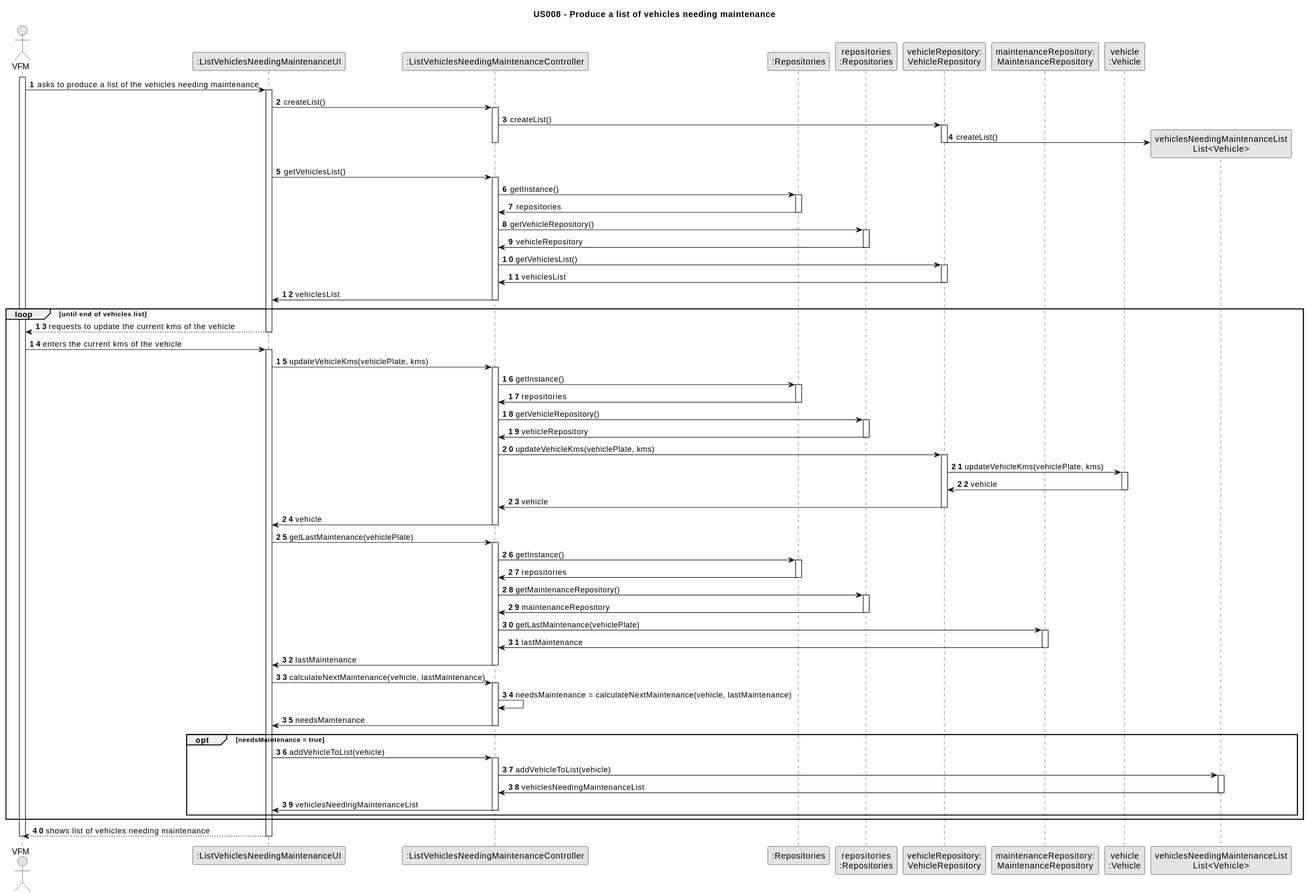
The PlantUML diagram docs/sprintB/us008/03.design/svg/us008-sequence-diagram-full.svg in Departamento-de-Engenharia-Informatica/lei-24-s2-1dm-g132, before a commit.
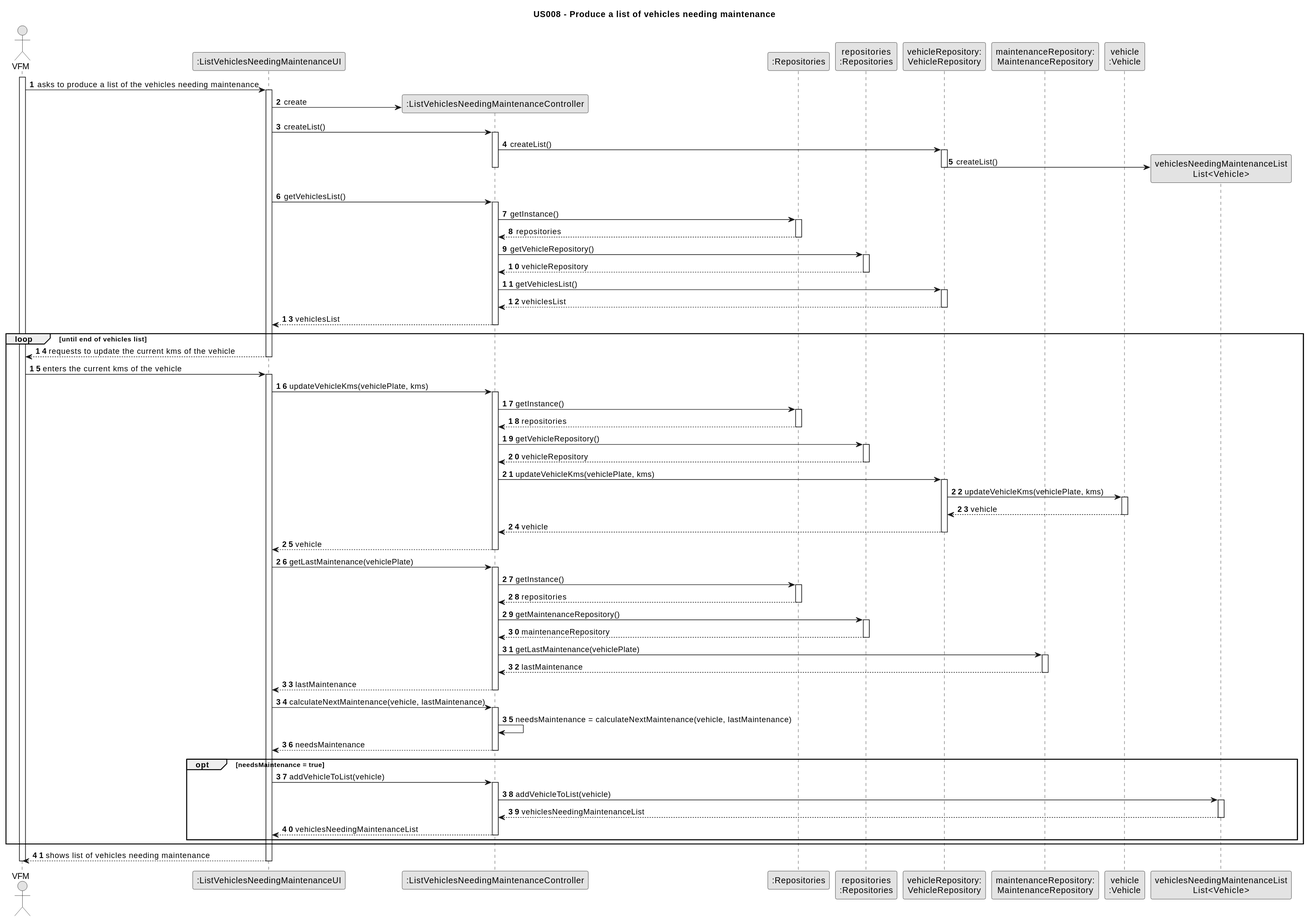
The same diagram one commit later.

Commit message:
US08: minor fix in sequence diagram full - create controller

What changed in the source:
```diff
@@ -22,6 +22,8 @@
     Employee -> UI : asks to produce a list of the vehicles needing maintenance
     activate UI
 
+    UI -> CTRL** : create
+
     UI -> CTRL : createList()
     activate CTRL
     CTRL -> VehicleRepository : createList()
@@ -34,19 +36,19 @@
     activate CTRL
     CTRL -> RepositorySingleton : getInstance()
     activate RepositorySingleton
-    RepositorySingleton -> CTRL : repositories
+    RepositorySingleton --> CTRL : repositories
     deactivate RepositorySingleton
 
     CTRL -> PLAT : getVehicleRepository()
     activate PLAT
-    PLAT -> CTRL : vehicleRepository
+    PLAT --> CTRL : vehicleRepository
     deactivate PLAT
 
     CTRL -> VehicleRepository : getVehiclesList()
     activate VehicleRepository
-    VehicleRepository -> CTRL : vehiclesList
+    VehicleRepository --> CTRL : vehiclesList
     deactivate VehicleRepository
-    CTRL -> UI : vehiclesList
+    CTRL --> UI : vehiclesList
     deactivate CTRL
 
     loop until end of vehicles list
@@ -58,51 +60,51 @@
     activate CTRL
     CTRL -> RepositorySingleton : getInstance()
     activate RepositorySingleton
-    RepositorySingleton -> CTRL : repositories
+    RepositorySingleton --> CTRL : repositories
     deactivate RepositorySingleton
     CTRL -> PLAT : getVehicleRepository()
     activate PLAT
-    PLAT -> CTRL : vehicleRepository
+    PLAT --> CTRL : vehicleRepository
     deactivate PLAT
     CTRL -> VehicleRepository : updateVehicleKms(vehiclePlate, kms)
     activate VehicleRepository
     VehicleRepository -> Vehicle : updateVehicleKms(vehiclePlate, kms)
     activate Vehicle
-    Vehicle -> VehicleRepository : vehicle
+    Vehicle --> VehicleRepository : vehicle
     deactivate Vehicle
-    VehicleRepository -> CTRL : vehicle
+    VehicleRepository --> CTRL : vehicle
     deactivate VehicleRepository
-    CTRL -> UI : vehicle
+    CTRL --> UI : vehicle
     deactivate CTRL
     UI -> CTRL : getLastMaintenance(vehiclePlate)
     activate CTRL
     CTRL -> RepositorySingleton : getInstance()
     activate RepositorySingleton
-    RepositorySingleton -> CTRL : repositories
+    RepositorySingleton --> CTRL : repositories
     deactivate RepositorySingleton
     CTRL -> PLAT : getMaintenanceRepository()
     activate PLAT
-    PLAT -> CTRL : maintenanceRepository
+    PLAT --> CTRL : maintenanceRepository
     deactivate PLAT
     CTRL -> MaintenanceRepository : getLastMaintenance(vehiclePlate)
     activate MaintenanceRepository
-    MaintenanceRepository -> CTRL : lastMaintenance
+    MaintenanceRepository --> CTRL : lastMaintenance
     deactivate MaintenanceRepository
-    CTRL -> UI : lastMaintenance
+    CTRL --> UI : lastMaintenance
     deactivate CTRL
     UI -> CTRL : calculateNextMaintenance(vehicle, lastMaintenance)
     activate CTRL
     CTRL -> CTRL : needsMaintenance = calculateNextMaintenance(vehicle, lastMaintenance)
-    CTRL -> UI : needsMaintenance
+    CTRL --> UI : needsMaintenance
     deactivate CTRL
     opt needsMaintenance = true
         UI -> CTRL : addVehicleToList(vehicle)
         activate CTRL
         CTRL -> vehiclesNeedingMaintenanceList : addVehicleToList(vehicle)
         activate vehiclesNeedingMaintenanceList
-        vehiclesNeedingMaintenanceList -> CTRL : vehiclesNeedingMaintenanceList
+        vehiclesNeedingMaintenanceList --> CTRL : vehiclesNeedingMaintenanceList
         deactivate vehiclesNeedingMaintenanceList
-        CTRL -> UI : vehiclesNeedingMaintenanceList
+        CTRL --> UI : vehiclesNeedingMaintenanceList
         deactivate CTRL
     end
     end
```
